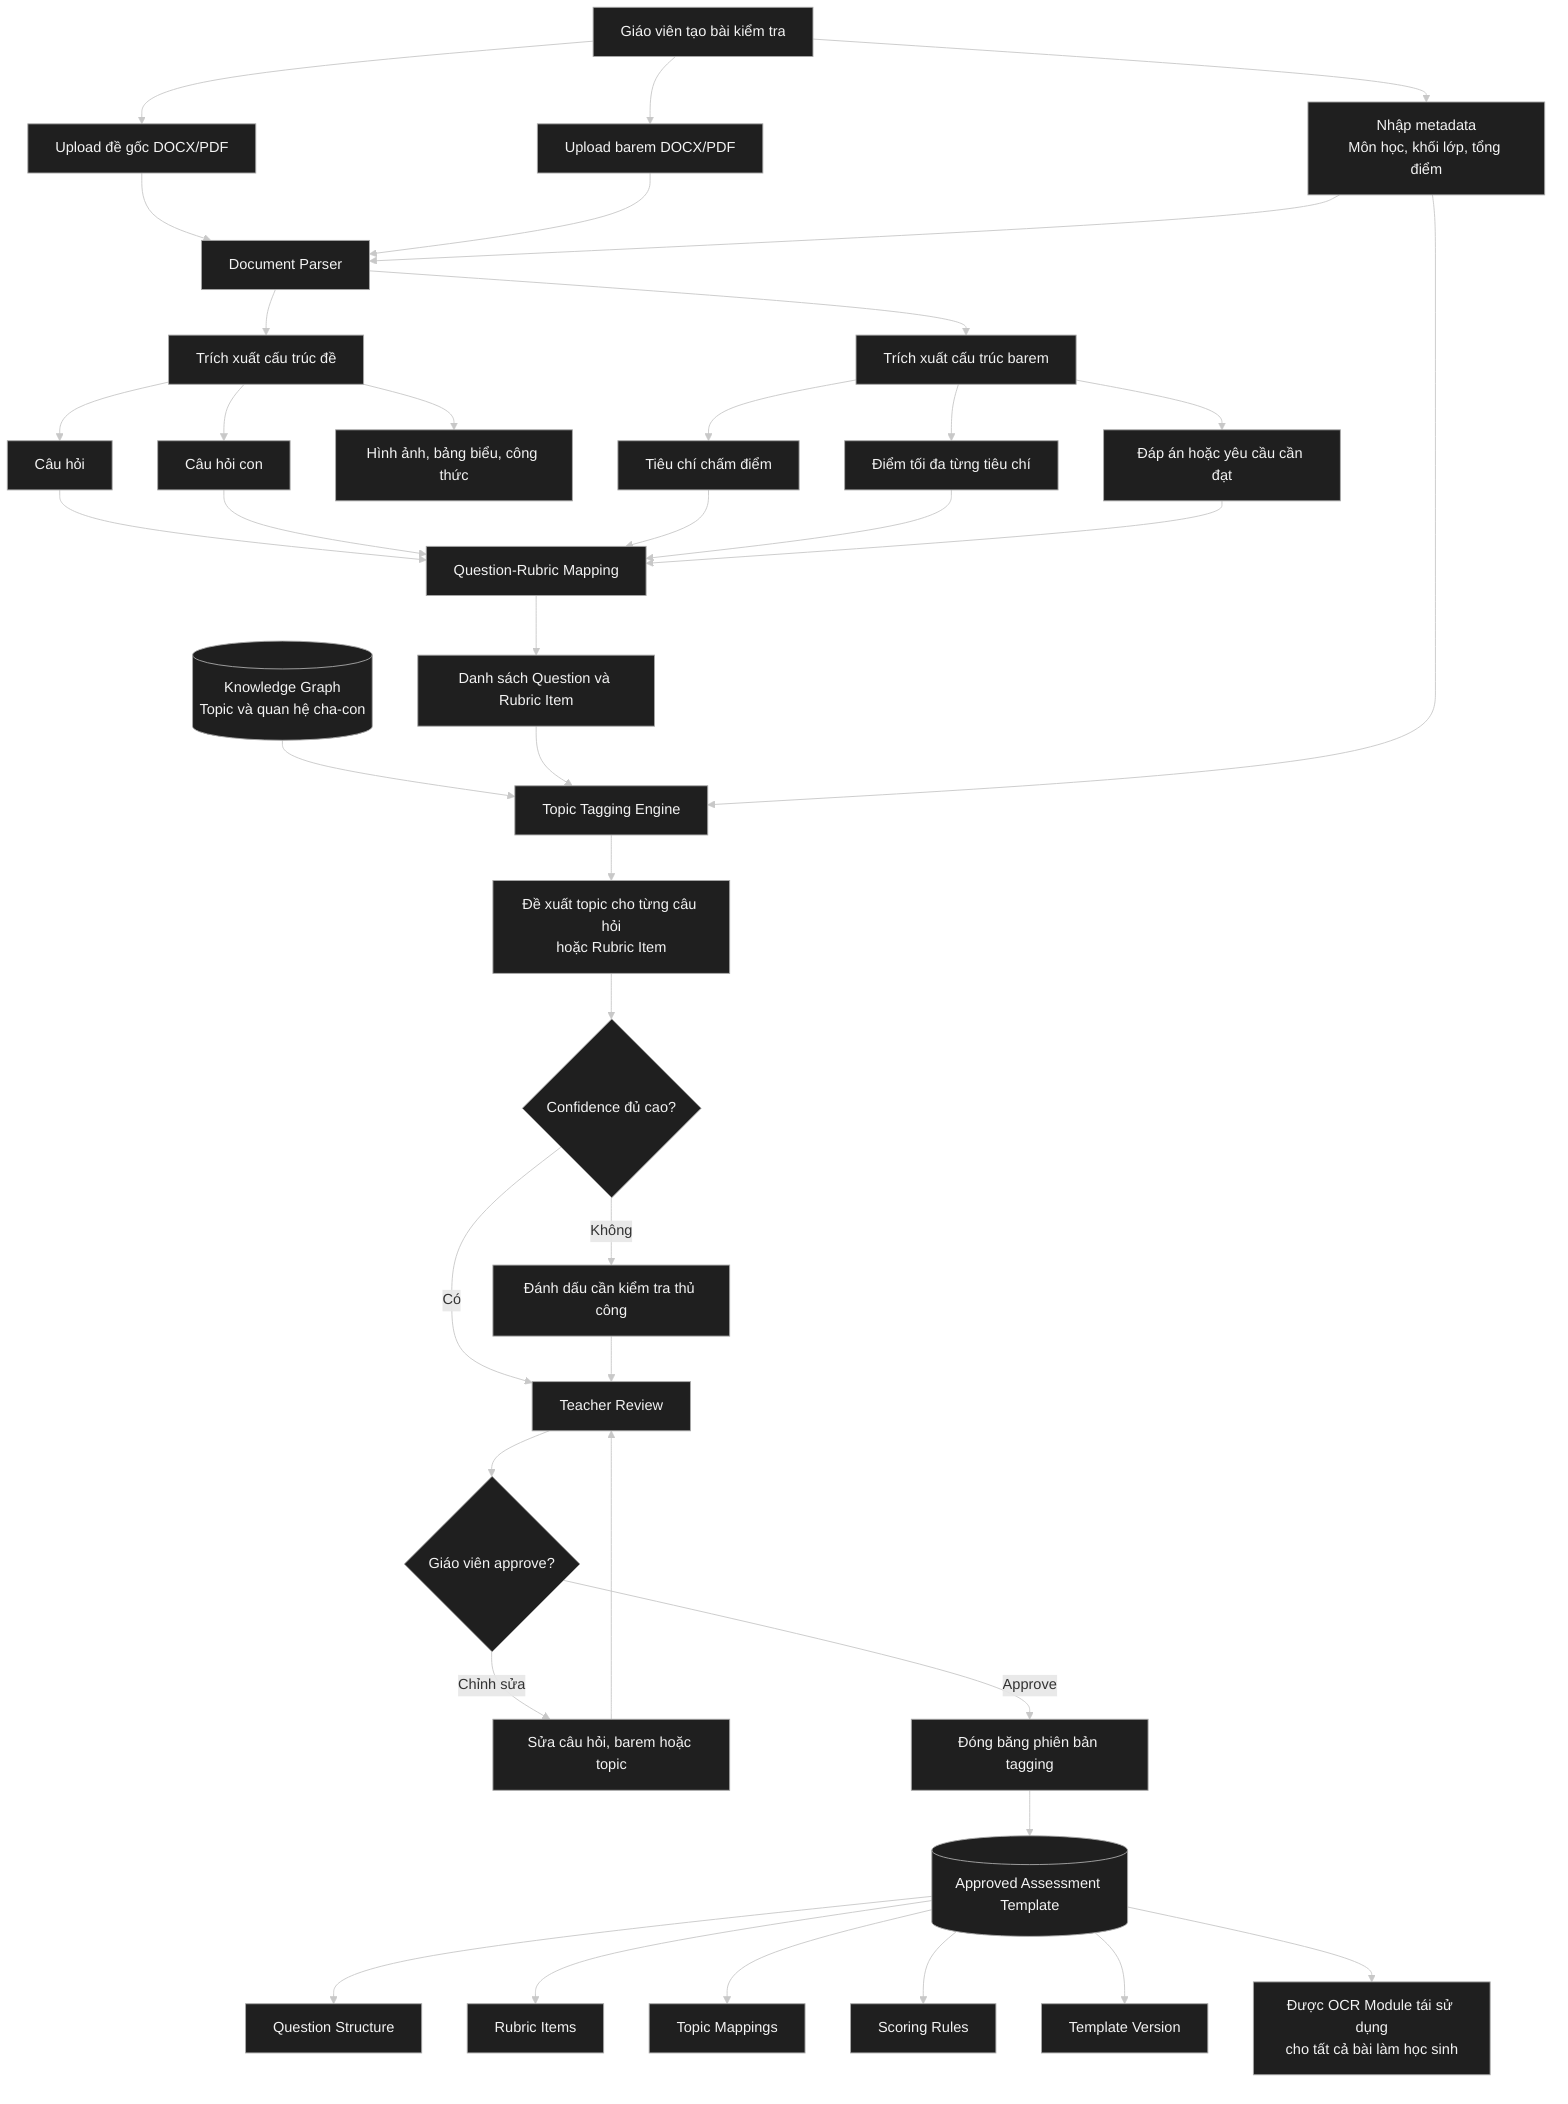
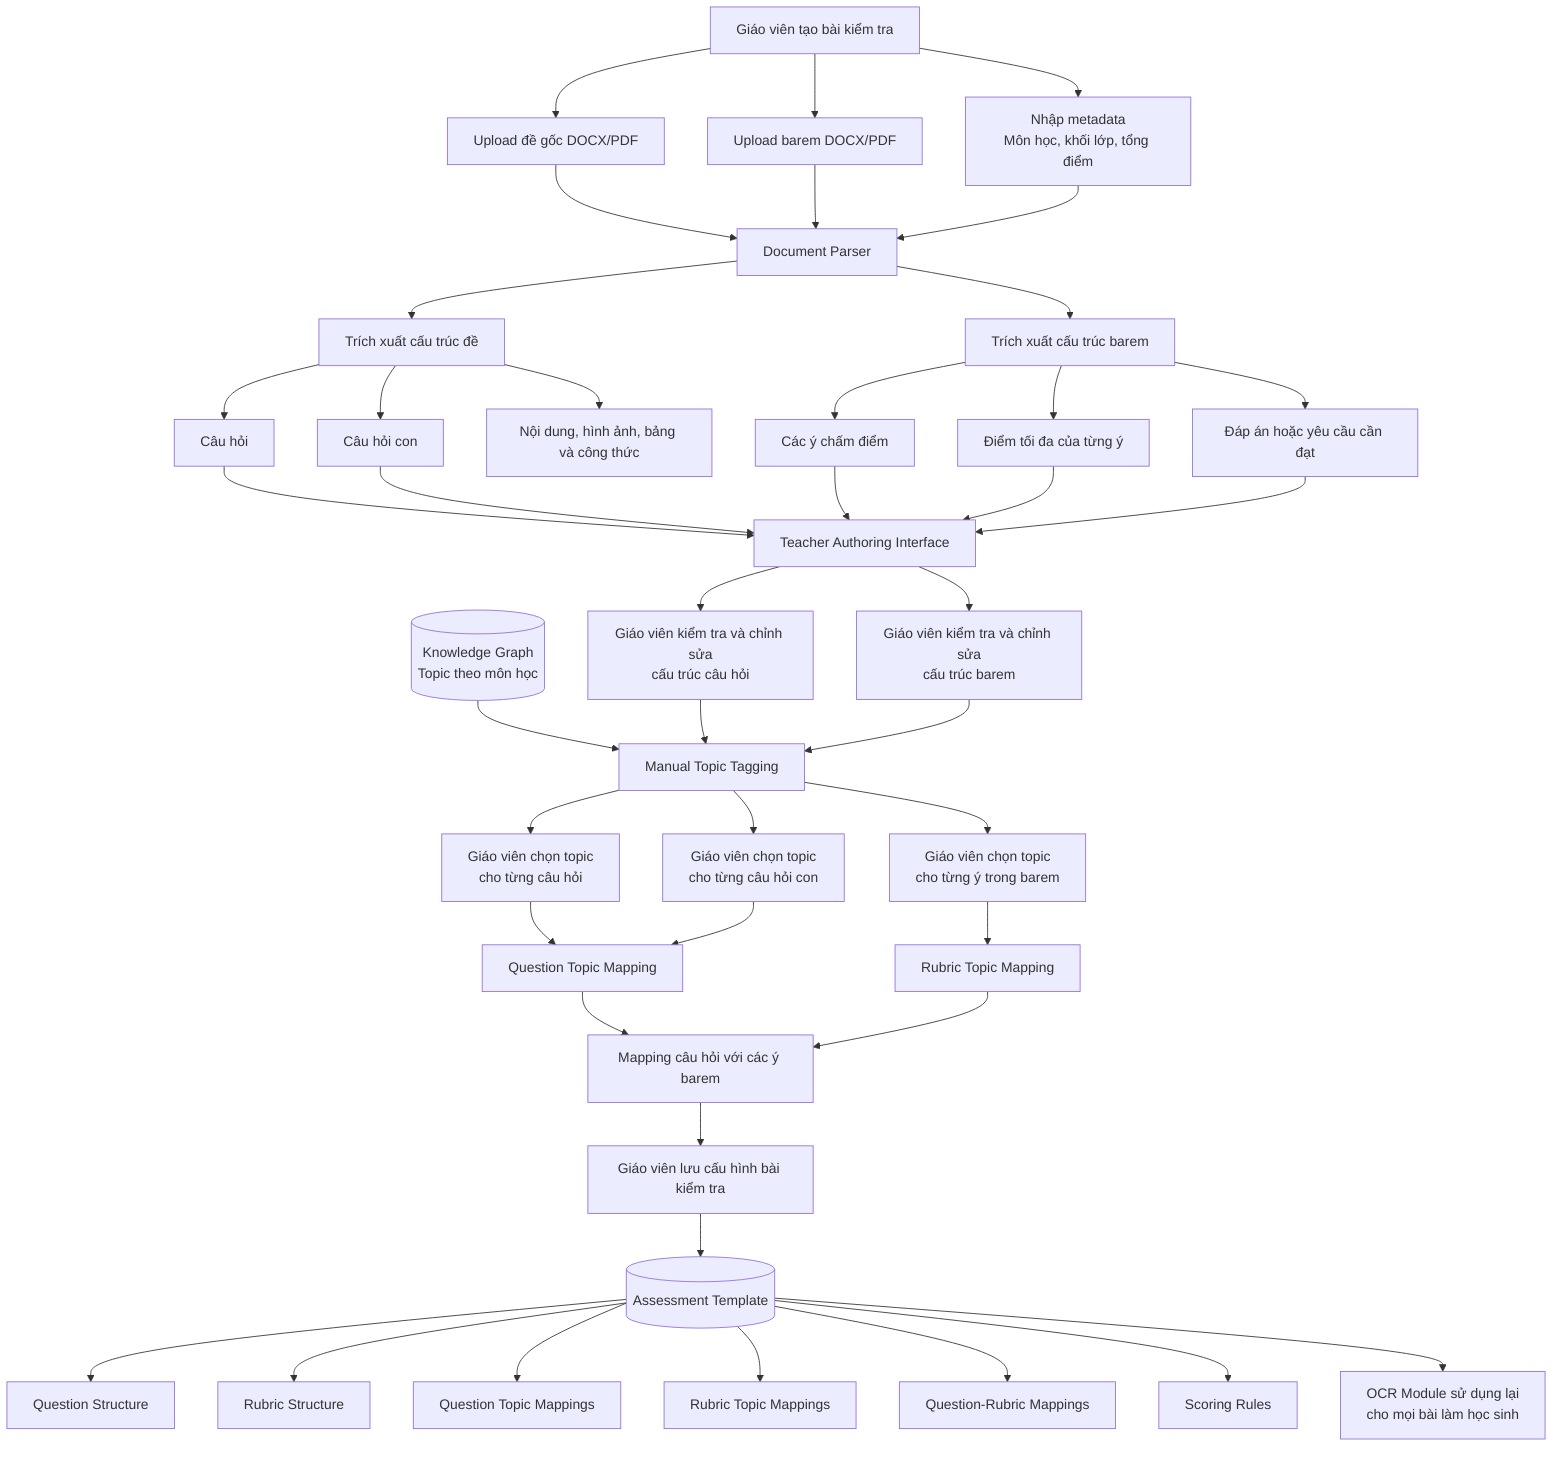
- %%{init: {"theme": "base", "themeVariables": {"background": "#1f1f1f", "primaryColor": "#1f1f1f", "primaryTextColor": "#f3f3f3", "primaryBorderColor": "#a8a8a8", "secondaryColor": "#1f1f1f", "tertiaryColor": "#1f1f1f", "mainBkg": "#1f1f1f", "nodeBorder": "#a8a8a8", "textColor": "#f3f3f3", "lineColor": "#c8c8c8", "defaultLinkColor": "#c8c8c8", "edgeLabelBackground": "#1f1f1f", "fontFamily": "Georgia, 'Times New Roman', serif"}}}%%
flowchart TD
    A[Giáo viên tạo bài kiểm tra] --> B[Upload đề gốc DOCX/PDF]
    A --> C[Upload barem DOCX/PDF]
    A --> D[Nhập metadata<br/>Môn học, khối lớp, tổng điểm]

    B --> E[Document Parser]
    C --> E
    D --> E

    E --> F[Trích xuất cấu trúc đề]
    F --> F1[Câu hỏi]
    F --> F2[Câu hỏi con]
-     F --> F3[Hình ảnh, bảng biểu, công thức]
+     F --> F3[Nội dung, hình ảnh, bảng và công thức]

    E --> G[Trích xuất cấu trúc barem]
-     G --> G1[Tiêu chí chấm điểm]
-     G --> G2[Điểm tối đa từng tiêu chí]
+     G --> G1[Các ý chấm điểm]
+     G --> G2[Điểm tối đa của từng ý]
    G --> G3[Đáp án hoặc yêu cầu cần đạt]

-     F1 --> H[Question-Rubric Mapping]
+     F1 --> H[Teacher Authoring Interface]
    F2 --> H
    G1 --> H
    G2 --> H
    G3 --> H

-     H --> I[Danh sách Question và Rubric Item]
+     H --> I[Giáo viên kiểm tra và chỉnh sửa<br/>cấu trúc câu hỏi]
+     H --> J[Giáo viên kiểm tra và chỉnh sửa<br/>cấu trúc barem]

-     KG[(Knowledge Graph<br/>Topic và quan hệ cha-con)] --> J[Topic Tagging Engine]
-     I --> J
-     D --> J
+     KG[(Knowledge Graph<br/>Topic theo môn học)] --> K[Manual Topic Tagging]

-     J --> K[Đề xuất topic cho từng câu hỏi<br/>hoặc Rubric Item]
-     K --> L{Confidence đủ cao?}
+     I --> K
+     J --> K

-     L -- Có --> M[Teacher Review]
-     L -- Không --> N[Đánh dấu cần kiểm tra thủ công]
-     N --> M
+     K --> K1[Giáo viên chọn topic<br/>cho từng câu hỏi]
+     K --> K2[Giáo viên chọn topic<br/>cho từng câu hỏi con]
+     K --> K3[Giáo viên chọn topic<br/>cho từng ý trong barem]

-     M --> O{Giáo viên approve?}
+     K1 --> L[Question Topic Mapping]
+     K2 --> L
+     K3 --> M[Rubric Topic Mapping]

-     O -- Chỉnh sửa --> P[Sửa câu hỏi, barem hoặc topic]
-     P --> M
+     L --> N[Mapping câu hỏi với các ý barem]
+     M --> N

-     O -- Approve --> Q[Đóng băng phiên bản tagging]
-     Q --> R[(Approved Assessment Template)]
+     N --> O[Giáo viên lưu cấu hình bài kiểm tra]

-     R --> R1[Question Structure]
-     R --> R2[Rubric Items]
-     R --> R3[Topic Mappings]
-     R --> R4[Scoring Rules]
-     R --> R5[Template Version]
+     O --> P[(Assessment Template)]

-     R --> S[Được OCR Module tái sử dụng<br/>cho tất cả bài làm học sinh]
+     P --> P1[Question Structure]
+     P --> P2[Rubric Structure]
+     P --> P3[Question Topic Mappings]
+     P --> P4[Rubric Topic Mappings]
+     P --> P5[Question-Rubric Mappings]
+     P --> P6[Scoring Rules]

-     classDef default fill:#1f1f1f,stroke:#a8a8a8,color:#f3f3f3,stroke-width:1px
-     linkStyle default stroke:#c8c8c8,stroke-width:1px
+     P --> Q[OCR Module sử dụng lại<br/>cho mọi bài làm học sinh]